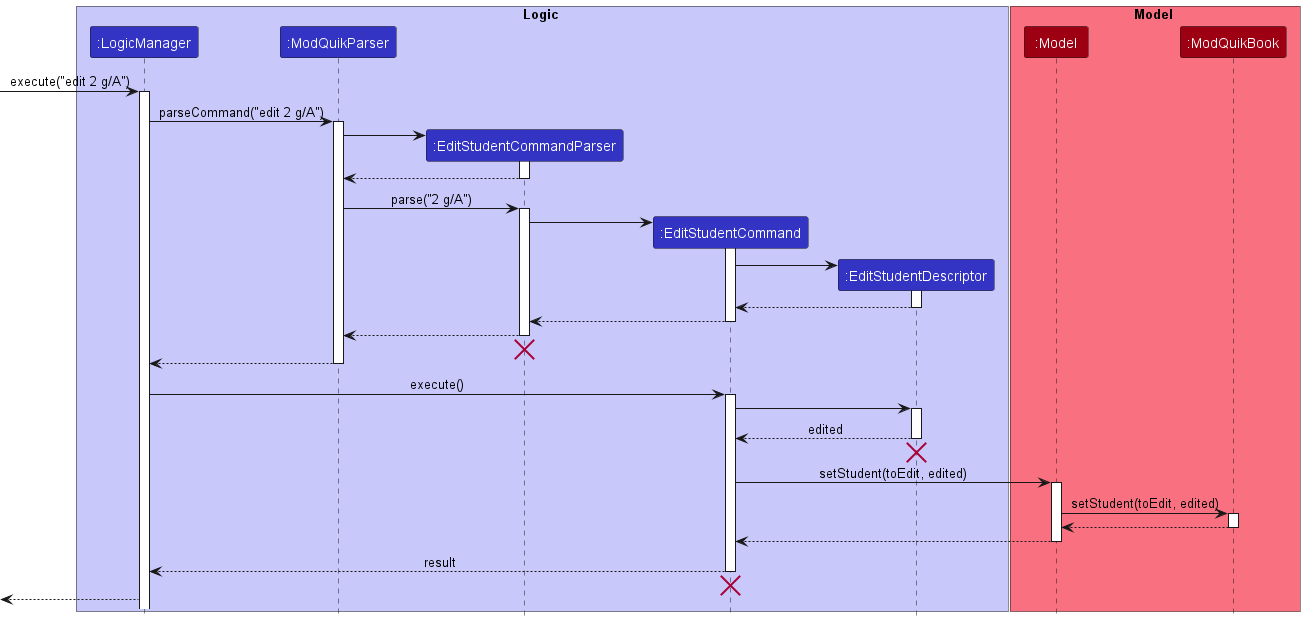
Earlier version of the PlantUML export docs/images/EditStudentSequenceDiagram.png (nus-cs2103-AY2223S1/tp).
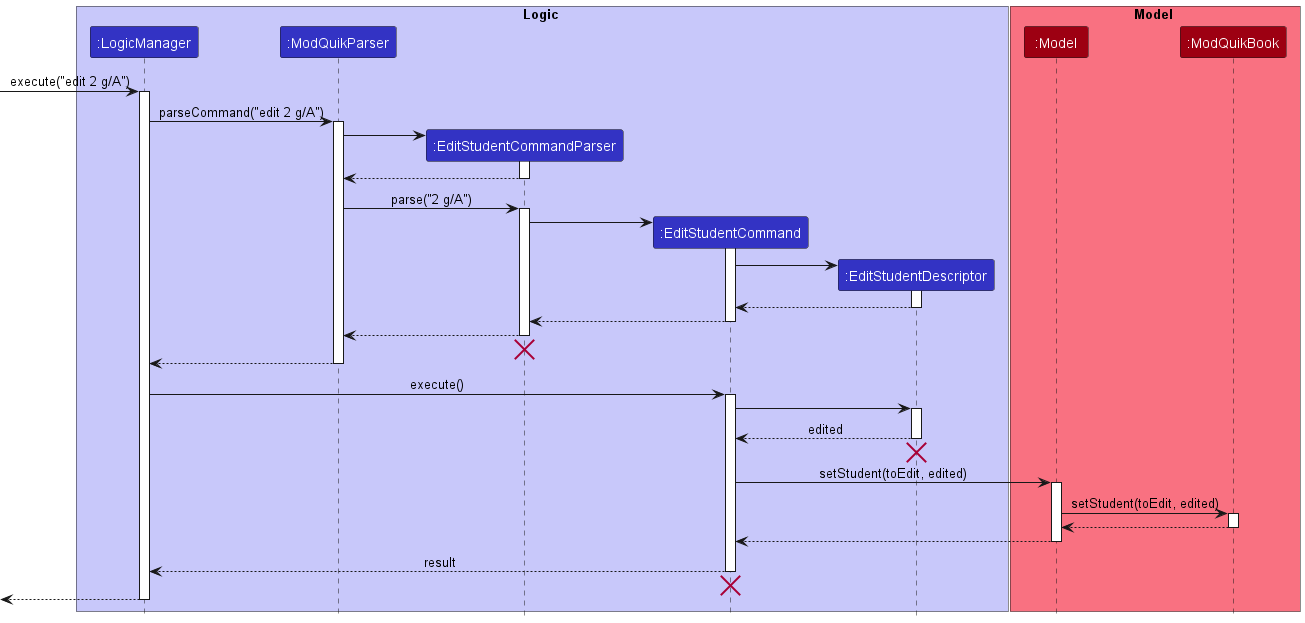
Above is the later version.

Commit message:
update uml diagrams

Change to the diagram source:
```diff
@@ -76,4 +76,5 @@
 destroy EditStudentCommand
 
 [<--LogicManager
+deactivate LogicManager
 @enduml
```
